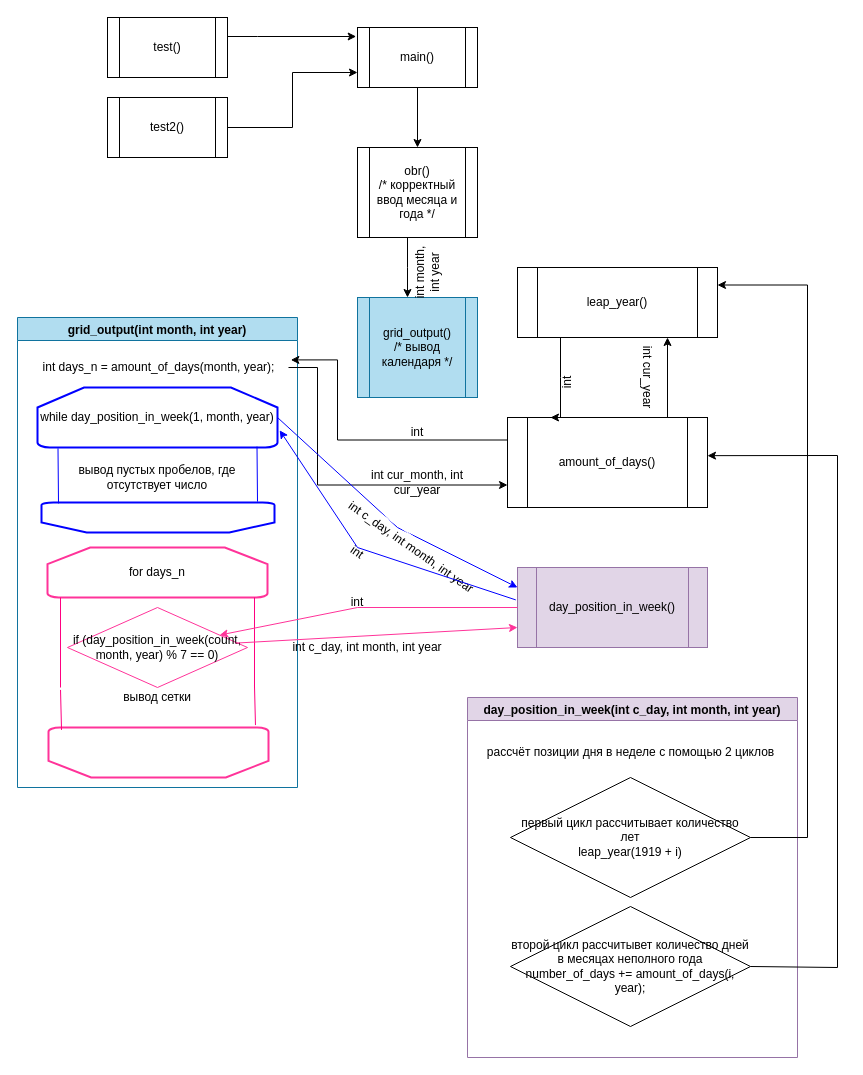
The draw.io diagram Схема архитектуры.drawio in HolyGamer4/working, before the edit. Source tidied: cells renumbered, new cells numbered last; positions are measured from the earlier drawing's top-left corner, leaving out a move shared by most shapes. Both pictures are drawn from the tidied source at 100%, with x=0, y=0 at pixel (17, 17).
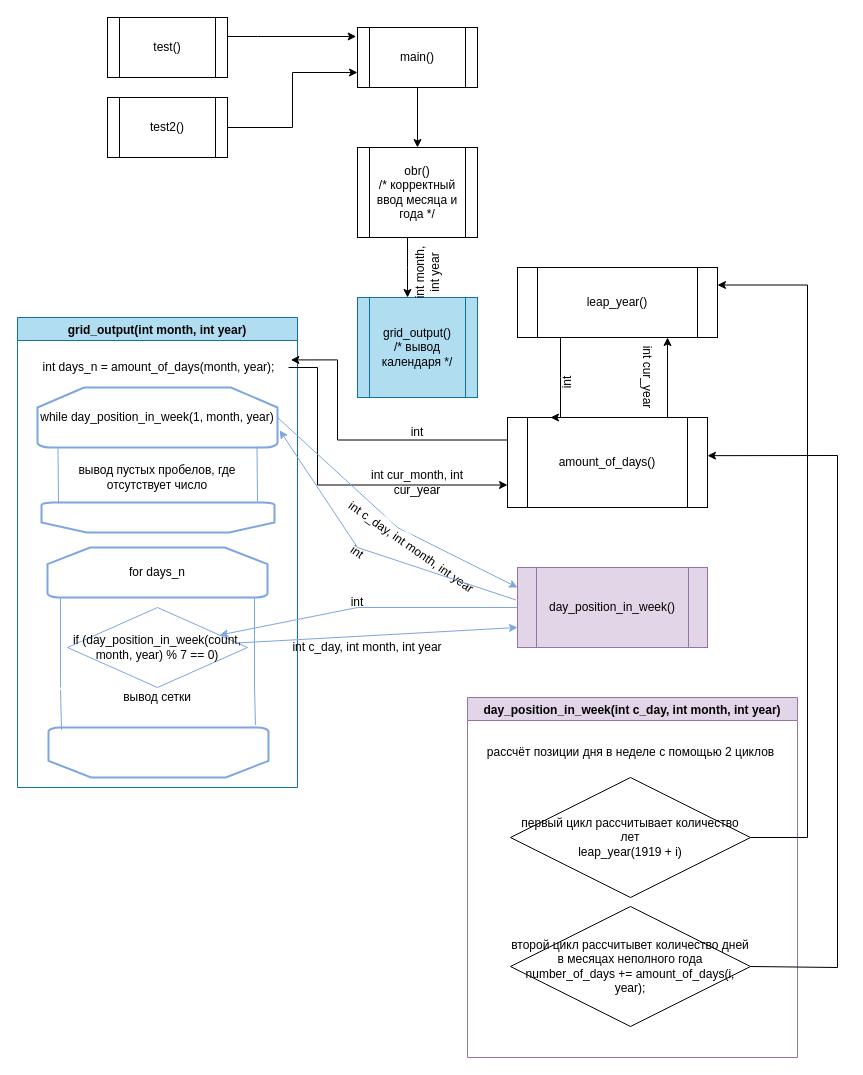
Above is the later version.

The change refers to these unchanged cells:
```xml
<mxCell id="12" value="grid_output(int month, int year)" style="swimlane;fillColor=#b1ddf0;strokeColor=#10739e;" parent="1" vertex="1">
  <mxGeometry y="300" width="280" height="470" as="geometry" />
</mxCell>
<mxCell id="34" value="day_position_in_week()" style="shape=process;whiteSpace=wrap;html=1;backgroundOutline=1;strokeColor=#9673a6;fillColor=#e1d5e7;" parent="1" vertex="1">
  <mxGeometry x="500" y="550" width="190" height="80" as="geometry" />
</mxCell>
```

The edit, as a diff of the source:
```diff
@@
-    <mxCell id="14" value="&lt;br&gt;" style="strokeWidth=2;html=1;shape=mxgraph.flowchart.loop_limit;whiteSpace=wrap;rotation=-180;strokeColor=#FF3399;" parent="12" vertex="1">
+    <mxCell id="14" value="&lt;br&gt;" style="strokeWidth=2;html=1;shape=mxgraph.flowchart.loop_limit;whiteSpace=wrap;rotation=-180;strokeColor=#7EA6E0;" parent="12" vertex="1">
       <mxGeometry x="31" y="410" width="220" height="50" as="geometry" />
     </mxCell>
-    <mxCell id="15" value="while&amp;nbsp;day_position_in_week(1, month, year)" style="strokeWidth=2;html=1;shape=mxgraph.flowchart.loop_limit;whiteSpace=wrap;strokeColor=#0000FF;" parent="12" vertex="1">
+    <mxCell id="15" value="while&amp;nbsp;day_position_in_week(1, month, year)" style="strokeWidth=2;html=1;shape=mxgraph.flowchart.loop_limit;whiteSpace=wrap;strokeColor=#7EA6E0;" parent="12" vertex="1">
       <mxGeometry x="20" y="70" width="240" height="60" as="geometry" />
     </mxCell>
-    <mxCell id="16" value="&lt;br&gt;" style="strokeWidth=2;html=1;shape=mxgraph.flowchart.loop_limit;whiteSpace=wrap;rotation=-180;strokeColor=#0000FF;" parent="12" vertex="1">
+    <mxCell id="16" value="&lt;br&gt;" style="strokeWidth=2;html=1;shape=mxgraph.flowchart.loop_limit;whiteSpace=wrap;rotation=-180;strokeColor=#7EA6E0;" parent="12" vertex="1">
       <mxGeometry x="24" y="185" width="233" height="30" as="geometry" />
     </mxCell>
-    <mxCell id="17" value="for days_n" style="strokeWidth=2;html=1;shape=mxgraph.flowchart.loop_limit;whiteSpace=wrap;strokeColor=#FF3399;" parent="12" vertex="1">
+    <mxCell id="17" value="for days_n" style="strokeWidth=2;html=1;shape=mxgraph.flowchart.loop_limit;whiteSpace=wrap;strokeColor=#7EA6E0;" parent="12" vertex="1">
       <mxGeometry x="30" y="230" width="220" height="50" as="geometry" />
     </mxCell>
-    <mxCell id="18" style="shape=link;html=1;rounded=0;entryX=0.5;entryY=1;entryDx=0;entryDy=0;entryPerimeter=0;exitX=0.5;exitY=1;exitDx=0;exitDy=0;exitPerimeter=0;fillColor=#99FF33;strokeColor=#FF0080;width=194;startArrow=none;" parent="12" edge="1" source="22" target="17">
+    <mxCell id="18" style="shape=link;html=1;rounded=0;entryX=0.5;entryY=1;entryDx=0;entryDy=0;entryPerimeter=0;exitX=0.5;exitY=1;exitDx=0;exitDy=0;exitPerimeter=0;fillColor=#99FF33;strokeColor=#7EA6E0;width=194;startArrow=none;" parent="12" edge="1" source="22" target="17">
       <mxGeometry relative="1" as="geometry" />
     </mxCell>
-    <mxCell id="19" style="shape=link;html=1;rounded=0;strokeColor=#0000FF;fillColor=#99FF33;exitX=0.5;exitY=1;exitDx=0;exitDy=0;exitPerimeter=0;width=199;endArrow=none;entryX=0.5;entryY=1;entryDx=0;entryDy=0;entryPerimeter=0;" parent="12" edge="1" source="15" target="16">
+    <mxCell id="19" style="shape=link;html=1;rounded=0;strokeColor=#7EA6E0;fillColor=#99FF33;exitX=0.5;exitY=1;exitDx=0;exitDy=0;exitPerimeter=0;width=199;endArrow=none;entryX=0.5;entryY=1;entryDx=0;entryDy=0;entryPerimeter=0;" parent="12" edge="1" source="15" target="16">
       <mxGeometry relative="1" as="geometry" />
     </mxCell>
@@
-    <mxCell id="22" value="if (day_position_in_week(count, month, year) % 7 == 0)" style="rhombus;whiteSpace=wrap;html=1;strokeColor=#FF3399;" parent="12" vertex="1">
+    <mxCell id="22" value="if (day_position_in_week(count, month, year) % 7 == 0)" style="rhombus;whiteSpace=wrap;html=1;strokeColor=#7EA6E0;" parent="12" vertex="1">
       <mxGeometry x="50" y="290" width="180" height="80" as="geometry" />
     </mxCell>
-    <mxCell id="23" style="shape=link;html=1;rounded=0;entryX=0.5;entryY=1;entryDx=0;entryDy=0;entryPerimeter=0;exitX=0.5;exitY=1;exitDx=0;exitDy=0;exitPerimeter=0;fillColor=#99FF33;strokeColor=#FF0080;width=194;endArrow=none;" parent="12" edge="1" source="14" target="22">
+    <mxCell id="23" style="shape=link;html=1;rounded=0;entryX=0.5;entryY=1;entryDx=0;entryDy=0;entryPerimeter=0;exitX=0.5;exitY=1;exitDx=0;exitDy=0;exitPerimeter=0;fillColor=#99FF33;strokeColor=#7EA6E0;width=194;endArrow=none;" parent="12" edge="1" source="14" target="22">
       <mxGeometry relative="1" as="geometry" />
     </mxCell>
@@
-    <mxCell id="37" style="endArrow=classic;html=1;rounded=0;strokeColor=#FF3399;fillColor=#99FF33;exitX=0.934;exitY=0.445;exitDx=0;exitDy=0;exitPerimeter=0;entryX=0;entryY=0.75;entryDx=0;entryDy=0;" parent="1" edge="1" source="22" target="34">
+    <mxCell id="37" style="endArrow=classic;html=1;rounded=0;strokeColor=#7EA6E0;fillColor=#99FF33;exitX=0.934;exitY=0.445;exitDx=0;exitDy=0;exitPerimeter=0;entryX=0;entryY=0.75;entryDx=0;entryDy=0;" parent="1" edge="1" source="22" target="34">
       <mxGeometry relative="1" as="geometry" />
     </mxCell>
-    <mxCell id="38" style="endArrow=classic;html=1;rounded=0;strokeColor=#0000FF;fillColor=#99FF33;exitX=1;exitY=0.5;exitDx=0;exitDy=0;exitPerimeter=0;entryX=0;entryY=0.25;entryDx=0;entryDy=0;" parent="1" edge="1" source="15" target="34">
+    <mxCell id="38" style="endArrow=classic;html=1;rounded=0;strokeColor=#7EA6E0;fillColor=#99FF33;exitX=1;exitY=0.5;exitDx=0;exitDy=0;exitPerimeter=0;entryX=0;entryY=0.25;entryDx=0;entryDy=0;" parent="1" edge="1" source="15" target="34">
       <mxGeometry relative="1" as="geometry">
         <Array as="points">
           <mxPoint x="380" y="510" />
         </Array>
       </mxGeometry>
     </mxCell>
@@
-    <mxCell id="40" style="endArrow=classic;html=1;rounded=0;strokeColor=#FF3399;fillColor=#99FF33;exitX=0;exitY=0.5;exitDx=0;exitDy=0;" parent="1" edge="1" source="34" target="22">
+    <mxCell id="40" style="endArrow=classic;html=1;rounded=0;strokeColor=#7EA6E0;fillColor=#99FF33;exitX=0;exitY=0.5;exitDx=0;exitDy=0;" parent="1" edge="1" source="34" target="22">
       <mxGeometry relative="1" as="geometry">
         <Array as="points">
           <mxPoint x="340" y="590" />
         </Array>
       </mxGeometry>
     </mxCell>
@@
-    <mxCell id="42" style="endArrow=classic;html=1;rounded=0;strokeColor=#0000FF;fillColor=#99FF33;exitX=-0.009;exitY=0.405;exitDx=0;exitDy=0;exitPerimeter=0;entryX=1.009;entryY=0.713;entryDx=0;entryDy=0;entryPerimeter=0;" parent="1" edge="1" source="34" target="15">
+    <mxCell id="42" style="endArrow=classic;html=1;rounded=0;strokeColor=#7EA6E0;fillColor=#99FF33;exitX=-0.009;exitY=0.405;exitDx=0;exitDy=0;exitPerimeter=0;entryX=1.009;entryY=0.713;entryDx=0;entryDy=0;entryPerimeter=0;" parent="1" edge="1" source="34" target="15">
       <mxGeometry relative="1" as="geometry">
         <Array as="points">
           <mxPoint x="340" y="530" />
         </Array>
       </mxGeometry>
     </mxCell>
```
